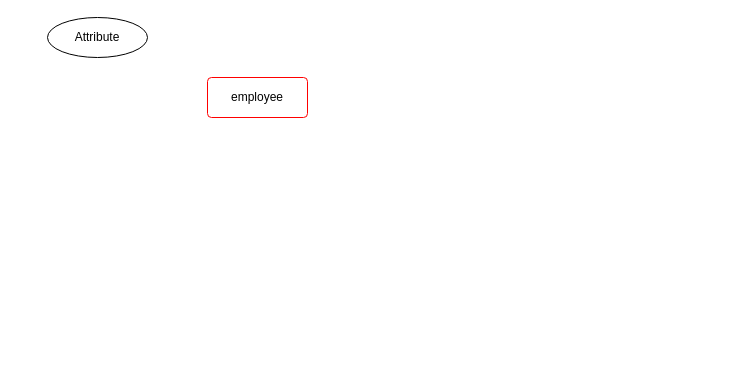
This is ER for company .drawio from Dodulia/SQL_LAB, a draw.io file, before an edit. Source tidied: cells renumbered, new cells numbered last; positions are measured from the earlier drawing's top-left corner, leaving out a move shared by most shapes. Both pictures are drawn from the tidied source at 100%, with x=0, y=0 at pixel (47, 17).
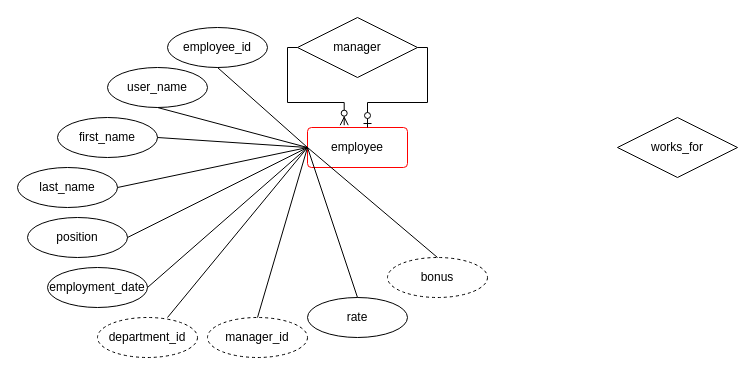
Above is the later version.

What changed in the source:
```diff
@@
     <mxCell id="2" value="employee" style="rounded=1;arcSize=10;whiteSpace=wrap;html=1;align=center;strokeColor=#FF0000;" parent="1" vertex="1">
-      <mxGeometry x="160" y="60" width="100" height="40" as="geometry" />
+      <mxGeometry x="260" y="110" width="100" height="40" as="geometry" />
     </mxCell>
-    <mxCell id="3" value="Attribute" style="ellipse;whiteSpace=wrap;html=1;align=center;" parent="1" vertex="1">
-      <mxGeometry width="100" height="40" as="geometry" />
+    <mxCell id="3" value="employee_id" style="ellipse;whiteSpace=wrap;html=1;align=center;" parent="1" vertex="1">
+      <mxGeometry x="120" y="10" width="100" height="40" as="geometry" />
     </mxCell>
+    <mxCell id="4" value="user_name" style="ellipse;whiteSpace=wrap;html=1;align=center;" parent="1" vertex="1">
+      <mxGeometry x="60" y="50" width="100" height="40" as="geometry" />
+    </mxCell>
+    <mxCell id="5" value="first_name" style="ellipse;whiteSpace=wrap;html=1;align=center;" parent="1" vertex="1">
+      <mxGeometry x="10" y="100" width="100" height="40" as="geometry" />
+    </mxCell>
+    <mxCell id="6" value="last_name" style="ellipse;whiteSpace=wrap;html=1;align=center;" parent="1" vertex="1">
+      <mxGeometry x="-30" y="150" width="100" height="40" as="geometry" />
+    </mxCell>
+    <mxCell id="7" value="position" style="ellipse;whiteSpace=wrap;html=1;align=center;" parent="1" vertex="1">
+      <mxGeometry x="-20" y="200" width="100" height="40" as="geometry" />
+    </mxCell>
+    <mxCell id="8" value="employment_date" style="ellipse;whiteSpace=wrap;html=1;align=center;" parent="1" vertex="1">
+      <mxGeometry y="250" width="100" height="40" as="geometry" />
+    </mxCell>
+    <mxCell id="9" value="department_id" style="ellipse;whiteSpace=wrap;html=1;align=center;dashed=1;" parent="1" vertex="1">
+      <mxGeometry x="50" y="300" width="100" height="40" as="geometry" />
+    </mxCell>
+    <mxCell id="10" value="manager_id" style="ellipse;whiteSpace=wrap;html=1;align=center;dashed=1;" parent="1" vertex="1">
+      <mxGeometry x="160" y="300" width="100" height="40" as="geometry" />
+    </mxCell>
+    <mxCell id="11" value="rate" style="ellipse;whiteSpace=wrap;html=1;align=center;" parent="1" vertex="1">
+      <mxGeometry x="260" y="280" width="100" height="40" as="geometry" />
+    </mxCell>
+    <mxCell id="12" value="bonus" style="ellipse;whiteSpace=wrap;html=1;align=center;dashed=1;" parent="1" vertex="1">
+      <mxGeometry x="340" y="240" width="100" height="40" as="geometry" />
+    </mxCell>
+    <mxCell id="13" style="endArrow=none;html=1;rounded=0;exitX=0.5;exitY=1;exitDx=0;exitDy=0;entryX=0;entryY=0.5;entryDx=0;entryDy=0;" parent="1" edge="1" source="3" target="2">
+      <mxGeometry relative="1" as="geometry" />
+    </mxCell>
+    <mxCell id="14" style="endArrow=none;html=1;rounded=0;entryX=0;entryY=0.5;entryDx=0;entryDy=0;exitX=1;exitY=0.5;exitDx=0;exitDy=0;" parent="1" edge="1" source="6" target="2">
+      <mxGeometry relative="1" as="geometry" />
+    </mxCell>
+    <mxCell id="15" style="endArrow=none;html=1;rounded=0;entryX=0;entryY=0.5;entryDx=0;entryDy=0;exitX=1;exitY=0.5;exitDx=0;exitDy=0;" parent="1" edge="1" source="5" target="2">
+      <mxGeometry relative="1" as="geometry" />
+    </mxCell>
+    <mxCell id="16" style="endArrow=none;html=1;rounded=0;exitX=0;exitY=0.5;exitDx=0;exitDy=0;entryX=0.5;entryY=1;entryDx=0;entryDy=0;" parent="1" edge="1" source="2" target="4">
+      <mxGeometry relative="1" as="geometry" />
+    </mxCell>
+    <mxCell id="17" style="endArrow=none;html=1;rounded=0;exitX=1;exitY=0.5;exitDx=0;exitDy=0;" parent="1" edge="1" source="7">
+      <mxGeometry relative="1" as="geometry">
+        <mxPoint x="260" y="130" as="targetPoint" />
+      </mxGeometry>
+    </mxCell>
+    <mxCell id="18" style="endArrow=none;html=1;rounded=0;entryX=0;entryY=0.5;entryDx=0;entryDy=0;exitX=1;exitY=0.5;exitDx=0;exitDy=0;" parent="1" edge="1" source="8" target="2">
+      <mxGeometry relative="1" as="geometry" />
+    </mxCell>
+    <mxCell id="19" style="endArrow=none;html=1;rounded=0;exitX=0.7;exitY=0;exitDx=0;exitDy=0;exitPerimeter=0;" parent="1" edge="1" source="9">
+      <mxGeometry relative="1" as="geometry">
+        <mxPoint x="260" y="130" as="targetPoint" />
+      </mxGeometry>
+    </mxCell>
+    <mxCell id="20" style="endArrow=none;html=1;rounded=0;entryX=0;entryY=0.5;entryDx=0;entryDy=0;exitX=0.5;exitY=0;exitDx=0;exitDy=0;" parent="1" edge="1" source="11" target="2">
+      <mxGeometry relative="1" as="geometry" />
+    </mxCell>
+    <mxCell id="21" style="endArrow=none;html=1;rounded=0;entryX=0;entryY=0.5;entryDx=0;entryDy=0;exitX=0.5;exitY=0;exitDx=0;exitDy=0;" parent="1" edge="1" source="12" target="2">
+      <mxGeometry relative="1" as="geometry" />
+    </mxCell>
+    <mxCell id="22" style="endArrow=none;html=1;rounded=0;entryX=0;entryY=0.5;entryDx=0;entryDy=0;exitX=0.5;exitY=0;exitDx=0;exitDy=0;" parent="1" edge="1" source="10" target="2">
+      <mxGeometry relative="1" as="geometry" />
+    </mxCell>
+    <mxCell id="23" value="manager" style="shape=rhombus;perimeter=rhombusPerimeter;whiteSpace=wrap;html=1;align=center;" parent="1" vertex="1">
+      <mxGeometry x="250" width="120" height="60" as="geometry" />
+    </mxCell>
+    <mxCell id="24" style="edgeStyle=orthogonalEdgeStyle;fontSize=12;html=1;endArrow=ERzeroToOne;endFill=1;rounded=0;exitX=1;exitY=0.5;exitDx=0;exitDy=0;entryX=0.6;entryY=0;entryDx=0;entryDy=0;entryPerimeter=0;" parent="1" edge="1" source="23" target="2">
+      <mxGeometry relative="1" as="geometry" />
+    </mxCell>
+    <mxCell id="25" style="edgeStyle=orthogonalEdgeStyle;fontSize=12;html=1;endArrow=ERzeroToMany;endFill=1;rounded=0;exitX=0;exitY=0.5;exitDx=0;exitDy=0;entryX=0.367;entryY=-0.058;entryDx=0;entryDy=0;entryPerimeter=0;" parent="1" edge="1" source="23" target="2">
+      <mxGeometry relative="1" as="geometry" />
+    </mxCell>
+    <mxCell id="26" value="works_for" style="shape=rhombus;perimeter=rhombusPerimeter;whiteSpace=wrap;html=1;align=center;" parent="1" vertex="1">
+      <mxGeometry x="570" y="100" width="120" height="60" as="geometry" />
+    </mxCell>
```
